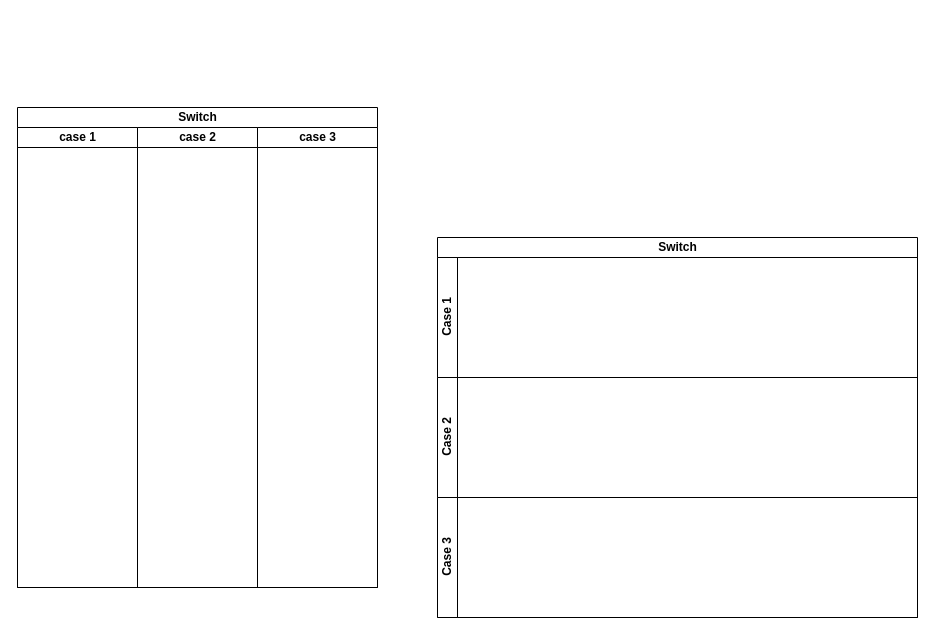
Above: 未命名绘图.drawio in Markwhsiao/drawio (draw.io), before the change. Source tidied: cells renumbered, new cells numbered last; positions are measured from the earlier drawing's top-left corner, leaving out a move shared by most shapes. Both pictures are drawn from the tidied source at 100%, with x=0, y=0 at pixel (17, 107).
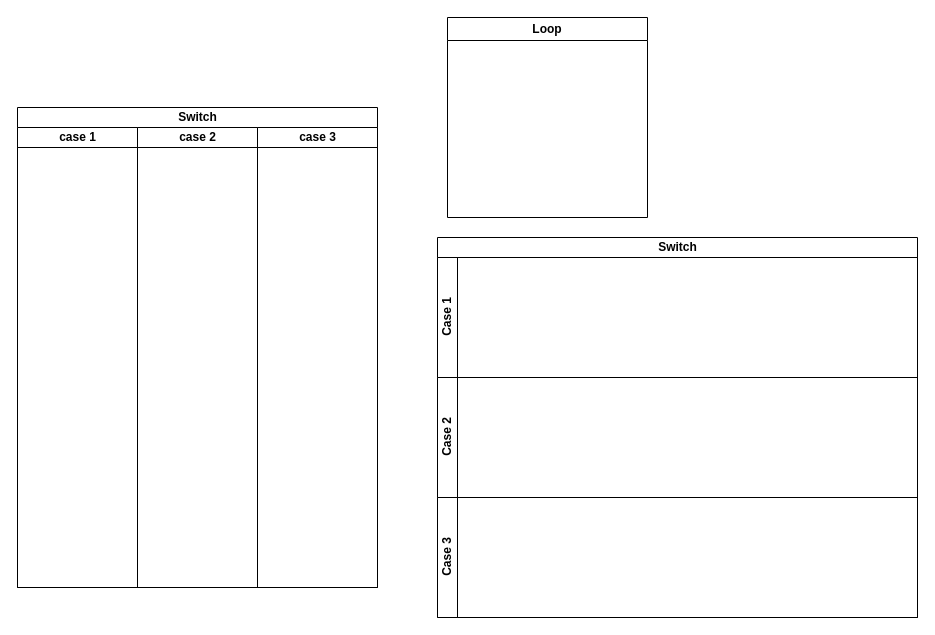
The same diagram, later.

Commit message:
更新未命名绘图.drawio

The edit, as a diff of the source:
```diff
@@
 <mxGraphModel>
   <root>
     <mxCell id="0" />
     <mxCell id="1" parent="0" />
     <mxCell id="2" value="Switch" style="swimlane;startSize=20;html=1;" parent="1" vertex="1">
       <mxGeometry width="360" height="480" as="geometry" />
     </mxCell>
     <mxCell id="3" value="case 1" style="swimlane;startSize=20;html=1;" parent="2" vertex="1">
       <mxGeometry y="20" width="120" height="460" as="geometry" />
     </mxCell>
     <mxCell id="4" value="case 2" style="swimlane;startSize=20;html=1;" parent="2" vertex="1">
       <mxGeometry x="120" y="20" width="120" height="460" as="geometry" />
     </mxCell>
     <mxCell id="5" value="case 3" style="swimlane;startSize=20;html=1;" parent="2" vertex="1">
       <mxGeometry x="240" y="20" width="120" height="460" as="geometry" />
     </mxCell>
     <mxCell id="6" value="Switch" style="swimlane;horizontal=1;startSize=20;html=1;" parent="1" vertex="1">
       <mxGeometry x="420" y="130" width="480" height="380" as="geometry" />
     </mxCell>
     <mxCell id="7" value="Case 1" style="swimlane;startSize=20;horizontal=0;html=1;" parent="6" vertex="1">
       <mxGeometry y="20" width="480" height="120" as="geometry" />
     </mxCell>
     <mxCell id="8" value="Case 2" style="swimlane;startSize=20;horizontal=0;html=1;" parent="6" vertex="1">
       <mxGeometry y="140" width="480" height="120" as="geometry" />
     </mxCell>
     <mxCell id="9" value="Case 3" style="swimlane;startSize=20;horizontal=0;html=1;" parent="6" vertex="1">
       <mxGeometry y="260" width="480" height="120" as="geometry" />
     </mxCell>
+    <mxCell id="10" value="Loop" style="swimlane;whiteSpace=wrap;html=1;" parent="1" vertex="1">
+      <mxGeometry x="430" y="-90" width="200" height="200" as="geometry" />
+    </mxCell>
   </root>
 </mxGraphModel>
```
